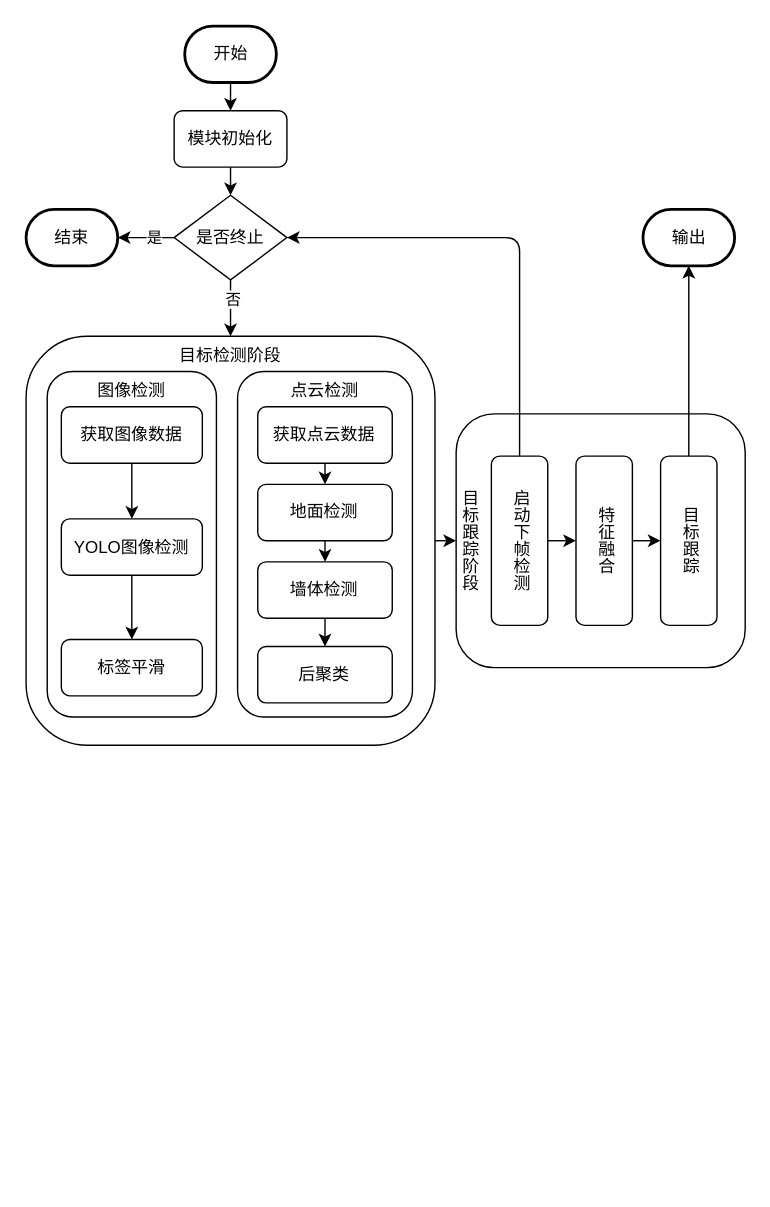
vesita/perple keeps this draw.io diagram as docs/flowcharts/frame.drawio. Above is the earlier version. Source tidied: cells renumbered, new cells numbered last; positions are measured from the earlier drawing's top-left corner, leaving out a move shared by most shapes. Both pictures are drawn from the tidied source at 141%, with x=0, y=0 at pixel (25, 25).
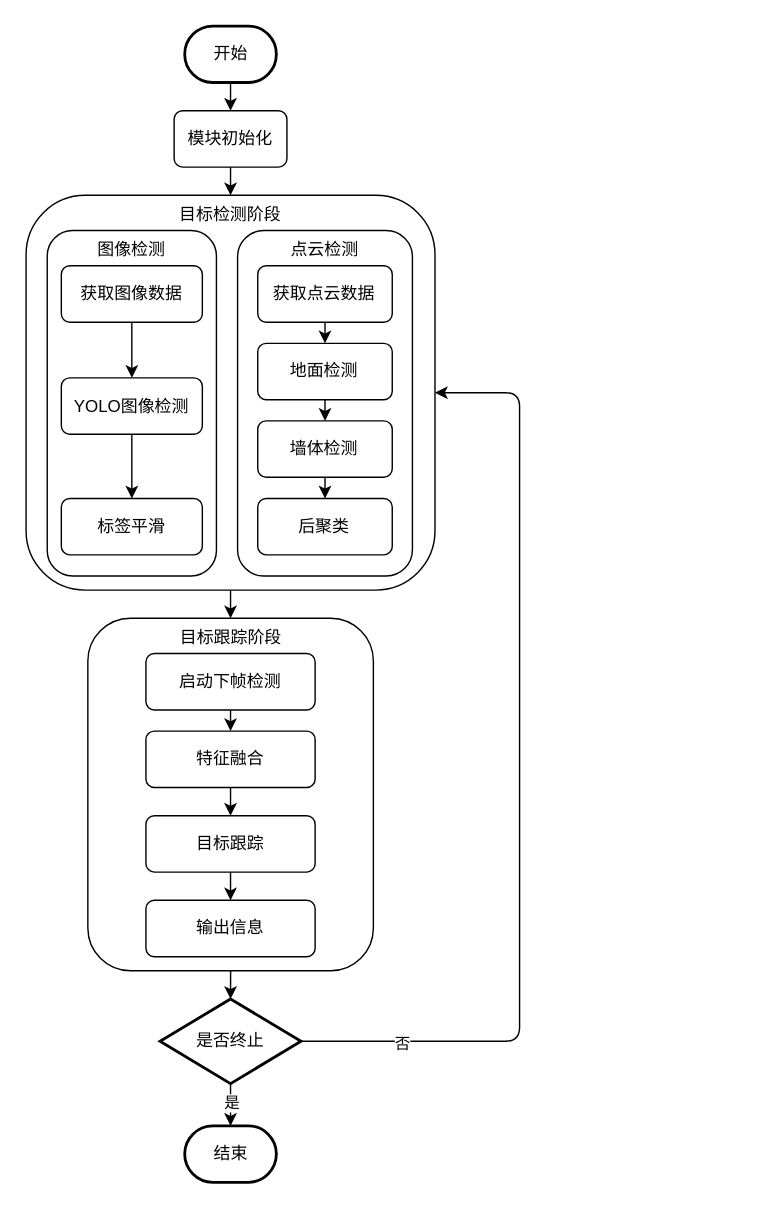
Above is the later version.

Commit message (it also covers changes not shown here):
docs: 更新流程图 & 汉化脚本标签

Unchanged cells that the change refers to:
```xml
<mxCell id="4" value="模块初始化" style="rounded=1;whiteSpace=wrap;html=1;" parent="1" vertex="1">
  <mxGeometry x="105" y="60" width="80" height="40" as="geometry" />
</mxCell>
```

Diff of the diagram source:
```diff
@@
-    <mxCell id="3" style="edgeStyle=none;html=1;exitX=0.5;exitY=1;exitDx=0;exitDy=0;entryX=0.5;entryY=0;entryDx=0;entryDy=0;" parent="1" edge="1" source="4" target="9">
-      <mxGeometry relative="1" as="geometry" />
-    </mxCell>
+    <mxCell id="40" style="edgeStyle=none;html=1;exitX=0.5;exitY=1;exitDx=0;exitDy=0;entryX=0.5;entryY=0;entryDx=0;entryDy=0;" parent="1" edge="1" source="4" target="12">
+      <mxGeometry relative="1" as="geometry" />
+    </mxCell>
@@
-    <mxCell id="5" style="edgeStyle=none;html=1;exitX=0.5;exitY=1;exitDx=0;exitDy=0;entryX=0.5;entryY=0;entryDx=0;entryDy=0;" parent="1" edge="1" source="9" target="12">
-      <mxGeometry relative="1" as="geometry" />
-    </mxCell>
-    <mxCell id="6" value="否" style="edgeLabel;html=1;align=center;verticalAlign=middle;" parent="5" vertex="1">
-      <mxGeometry x="-0.35" y="1" relative="1" as="geometry" />
-    </mxCell>
-    <mxCell id="7" style="edgeStyle=none;html=1;exitX=0;exitY=0.5;exitDx=0;exitDy=0;entryX=1;entryY=0.5;entryDx=0;entryDy=0;entryPerimeter=0;" parent="1" edge="1" source="9" target="39">
-      <mxGeometry relative="1" as="geometry" />
-    </mxCell>
-    <mxCell id="8" value="是" style="edgeLabel;html=1;align=center;verticalAlign=middle;" parent="7" vertex="1">
-      <mxGeometry x="-0.24" y="-1" relative="1" as="geometry" />
-    </mxCell>
-    <mxCell id="9" value="是否终止" style="rhombus;whiteSpace=wrap;html=1;" parent="1" vertex="1">
-      <mxGeometry x="105" y="120" width="80" height="60" as="geometry" />
-    </mxCell>
+    <mxCell id="38" value="开始" style="strokeWidth=2;html=1;shape=mxgraph.flowchart.terminator;whiteSpace=wrap;" parent="1" vertex="1">
+      <mxGeometry x="112.5" width="65" height="40" as="geometry" />
+    </mxCell>
-    <mxCell id="10" style="edgeStyle=none;html=1;exitX=1;exitY=0.5;exitDx=0;exitDy=0;entryX=0;entryY=0.5;entryDx=0;entryDy=0;" parent="1" edge="1" source="12" target="30">
+    <mxCell id="10" style="edgeStyle=none;html=1;exitX=0.5;exitY=1;exitDx=0;exitDy=0;" parent="1" edge="1" source="12" target="30">
       <mxGeometry relative="1" as="geometry" />
     </mxCell>
-    <mxCell id="11" style="group;" parent="1" vertex="1">
-      <mxGeometry y="220" width="290" height="290" as="geometry" />
-    </mxCell>
+    <mxCell id="41" style="group;" parent="1" vertex="1">
+      <mxGeometry y="120" width="290" height="280" as="geometry" />
+    </mxCell>
-    <mxCell id="12" value="目标检测阶段" style="rounded=1;whiteSpace=wrap;html=1;verticalAlign=top;" parent="11" vertex="1">
-      <mxGeometry width="290" height="290" as="geometry" />
+    <mxCell id="12" value="目标检测阶段" style="rounded=1;whiteSpace=wrap;html=1;verticalAlign=top;" parent="41" vertex="1">
+      <mxGeometry width="290" height="280" as="geometry" />
     </mxCell>
-    <mxCell id="13" style="group;" parent="11" vertex="1">
-      <mxGeometry x="10" y="25" width="130" height="245" as="geometry" />
-    </mxCell>
-    <mxCell id="14" value="图像检测" style="rounded=1;whiteSpace=wrap;html=1;verticalAlign=top;" parent="13" vertex="1">
-      <mxGeometry x="5" width="120" height="245" as="geometry" />
-    </mxCell>
-    <mxCell id="15" style="edgeStyle=none;html=1;exitX=0.5;exitY=1;exitDx=0;exitDy=0;entryX=0.5;entryY=0;entryDx=0;entryDy=0;" parent="13" edge="1" source="16" target="18">
-      <mxGeometry relative="1" as="geometry" />
-    </mxCell>
-    <mxCell id="16" value="获取图像数据" style="rounded=1;whiteSpace=wrap;html=1;" parent="13" vertex="1">
-      <mxGeometry x="15" y="25" width="100" height="40" as="geometry" />
-    </mxCell>
-    <mxCell id="17" style="edgeStyle=none;html=1;exitX=0.5;exitY=1;exitDx=0;exitDy=0;entryX=0.5;entryY=0;entryDx=0;entryDy=0;" parent="13" edge="1" source="18" target="19">
-      <mxGeometry relative="1" as="geometry" />
-    </mxCell>
-    <mxCell id="18" value="YOLO图像检测" style="rounded=1;whiteSpace=wrap;html=1;" parent="13" vertex="1">
-      <mxGeometry x="15" y="104.5" width="100" height="40" as="geometry" />
-    </mxCell>
-    <mxCell id="19" value="标签平滑" style="rounded=1;whiteSpace=wrap;html=1;" parent="13" vertex="1">
-      <mxGeometry x="15" y="190" width="100" height="40" as="geometry" />
-    </mxCell>
-    <mxCell id="20" style="group;" parent="11" vertex="1">
+    <mxCell id="20" style="group;" parent="41" vertex="1">
       <mxGeometry x="150" y="25" width="124" height="245" as="geometry" />
     </mxCell>
@@
     <mxCell id="25" value="后聚类" style="rounded=1;whiteSpace=wrap;html=1;" parent="20" vertex="1">
-      <mxGeometry x="14.3" y="195" width="95.4" height="40" as="geometry" />
+      <mxGeometry x="14.3" y="190" width="95.4" height="40" as="geometry" />
     </mxCell>
@@
-    <mxCell id="29" style="group;" parent="1" vertex="1">
-      <mxGeometry x="305" y="275" width="205" height="180" as="geometry" />
-    </mxCell>
+    <mxCell id="42" style="group;" parent="41" vertex="1">
+      <mxGeometry x="15" y="25" width="120" height="245" as="geometry" />
+    </mxCell>
+    <mxCell id="14" value="图像检测" style="rounded=1;whiteSpace=wrap;html=1;verticalAlign=top;" parent="42" vertex="1">
+      <mxGeometry width="120" height="245" as="geometry" />
+    </mxCell>
+    <mxCell id="16" value="获取图像数据" style="rounded=1;whiteSpace=wrap;html=1;" parent="42" vertex="1">
+      <mxGeometry x="10" y="25" width="100" height="40" as="geometry" />
+    </mxCell>
+    <mxCell id="18" value="YOLO图像检测" style="rounded=1;whiteSpace=wrap;html=1;" parent="42" vertex="1">
+      <mxGeometry x="10" y="104.5" width="100" height="40" as="geometry" />
+    </mxCell>
+    <mxCell id="19" value="标签平滑" style="rounded=1;whiteSpace=wrap;html=1;" parent="42" vertex="1">
+      <mxGeometry x="10" y="190" width="100" height="40" as="geometry" />
+    </mxCell>
+    <mxCell id="15" style="edgeStyle=none;html=1;exitX=0.5;exitY=1;exitDx=0;exitDy=0;entryX=0.5;entryY=0;entryDx=0;entryDy=0;" parent="42" edge="1" source="16" target="18">
+      <mxGeometry relative="1" as="geometry" />
+    </mxCell>
+    <mxCell id="17" style="edgeStyle=none;html=1;exitX=0.5;exitY=1;exitDx=0;exitDy=0;entryX=0.5;entryY=0;entryDx=0;entryDy=0;" parent="42" edge="1" source="18" target="19">
+      <mxGeometry relative="1" as="geometry" />
+    </mxCell>
+    <mxCell id="5" style="edgeStyle=none;html=1;exitX=1;exitY=0.5;exitDx=0;exitDy=0;exitPerimeter=0;entryX=1;entryY=0.5;entryDx=0;entryDy=0;" parent="1" edge="1" source="9" target="12">
+      <mxGeometry relative="1" as="geometry">
+        <Array as="points">
+          <mxPoint x="350" y="720" />
+          <mxPoint x="350" y="260" />
+        </Array>
+      </mxGeometry>
+    </mxCell>
+    <mxCell id="6" value="否" style="edgeLabel;html=1;align=center;verticalAlign=middle;" parent="5" vertex="1">
+      <mxGeometry x="-0.79" y="-1" relative="1" as="geometry" />
+    </mxCell>
+    <mxCell id="7" style="edgeStyle=none;html=1;exitX=0.5;exitY=1;exitDx=0;exitDy=0;exitPerimeter=0;entryX=0.5;entryY=0;entryDx=0;entryDy=0;entryPerimeter=0;" parent="1" edge="1" source="9" target="39">
+      <mxGeometry relative="1" as="geometry" />
+    </mxCell>
+    <mxCell id="8" value="是" style="edgeLabel;html=1;align=center;verticalAlign=middle;" parent="7" vertex="1">
+      <mxGeometry x="-0.15" relative="1" as="geometry" />
+    </mxCell>
+    <mxCell id="9" value="是否终止" style="strokeWidth=2;html=1;shape=mxgraph.flowchart.decision;whiteSpace=wrap;" parent="1" vertex="1">
+      <mxGeometry x="95" y="690" width="100" height="60" as="geometry" />
+    </mxCell>
-    <mxCell id="30" value="目标跟踪阶段" style="rounded=1;whiteSpace=wrap;html=1;verticalAlign=middle;align=left;textDirection=vertical-lr;" parent="29" vertex="1">
-      <mxGeometry width="205" height="180" as="geometry" />
+    <mxCell id="30" value="目标跟踪阶段" style="rounded=1;whiteSpace=wrap;html=1;verticalAlign=top;align=center;textDirection=ltr;" parent="1" vertex="1">
+      <mxGeometry x="43.8" y="420" width="202.5" height="250" as="geometry" />
     </mxCell>
-    <mxCell id="31" value="启动下帧检测" style="rounded=1;whiteSpace=wrap;html=1;textDirection=vertical-lr;align=center;" parent="29" vertex="1">
-      <mxGeometry x="25" y="30" width="40" height="120" as="geometry" />
+    <mxCell id="31" value="启动下帧检测" style="rounded=1;whiteSpace=wrap;html=1;textDirection=ltr;align=center;" parent="1" vertex="1">
+      <mxGeometry x="85" y="445" width="120" height="40" as="geometry" />
     </mxCell>
-    <mxCell id="32" value="特征融合" style="rounded=1;whiteSpace=wrap;html=1;textDirection=vertical-lr;" parent="29" vertex="1">
-      <mxGeometry x="85" y="30" width="40" height="120" as="geometry" />
+    <mxCell id="32" value="特征融合" style="rounded=1;whiteSpace=wrap;html=1;textDirection=ltr;" parent="1" vertex="1">
+      <mxGeometry x="85" y="500" width="120" height="40" as="geometry" />
     </mxCell>
+    <mxCell id="43" style="edgeStyle=none;html=1;exitX=0.5;exitY=1;exitDx=0;exitDy=0;entryX=0.5;entryY=0;entryDx=0;entryDy=0;" parent="1" edge="1" source="33" target="44">
+      <mxGeometry relative="1" as="geometry" />
+    </mxCell>
-    <mxCell id="33" value="目标跟踪" style="rounded=1;whiteSpace=wrap;html=1;textDirection=vertical-lr;" parent="29" vertex="1">
-      <mxGeometry x="145" y="30" width="40" height="120" as="geometry" />
+    <mxCell id="33" value="目标跟踪" style="rounded=1;whiteSpace=wrap;html=1;textDirection=ltr;" parent="1" vertex="1">
+      <mxGeometry x="85" y="560" width="120" height="40" as="geometry" />
     </mxCell>
-    <mxCell id="34" style="edgeStyle=none;html=1;exitX=1;exitY=0.5;exitDx=0;exitDy=0;entryX=0;entryY=0.5;entryDx=0;entryDy=0;" parent="29" edge="1" source="31" target="32">
+    <mxCell id="34" style="edgeStyle=none;html=1;exitX=0.5;exitY=1;exitDx=0;exitDy=0;entryX=0.5;entryY=0;entryDx=0;entryDy=0;" parent="1" edge="1" source="31" target="32">
       <mxGeometry relative="1" as="geometry" />
     </mxCell>
-    <mxCell id="35" style="edgeStyle=none;html=1;exitX=1;exitY=0.5;exitDx=0;exitDy=0;entryX=0;entryY=0.5;entryDx=0;entryDy=0;" parent="29" edge="1" source="32" target="33">
+    <mxCell id="35" style="edgeStyle=none;html=1;exitX=0.5;exitY=1;exitDx=0;exitDy=0;" parent="1" edge="1" source="32" target="33">
       <mxGeometry relative="1" as="geometry" />
     </mxCell>
-    <mxCell id="36" style="edgeStyle=none;html=1;exitX=0.5;exitY=0;exitDx=0;exitDy=0;entryX=1;entryY=0.5;entryDx=0;entryDy=0;" parent="1" edge="1" source="31" target="9">
-      <mxGeometry relative="1" as="geometry">
-        <Array as="points">
-          <mxPoint x="350" y="150" />
-        </Array>
-      </mxGeometry>
-    </mxCell>
-    <mxCell id="37" style="edgeStyle=none;html=1;exitX=0.5;exitY=0;exitDx=0;exitDy=0;entryX=0.5;entryY=1;entryDx=0;entryDy=0;entryPerimeter=0;" parent="1" edge="1" source="33" target="40">
-      <mxGeometry relative="1" as="geometry" />
-    </mxCell>
-    <mxCell id="38" value="开始" style="strokeWidth=2;html=1;shape=mxgraph.flowchart.terminator;whiteSpace=wrap;" parent="1" vertex="1">
-      <mxGeometry x="112.5" width="65" height="40" as="geometry" />
-    </mxCell>
+    <mxCell id="44" value="输出信息" style="rounded=1;whiteSpace=wrap;html=1;textDirection=ltr;" parent="1" vertex="1">
+      <mxGeometry x="85" y="620" width="120" height="40" as="geometry" />
+    </mxCell>
+    <mxCell id="45" style="edgeStyle=none;html=1;exitX=0.5;exitY=1;exitDx=0;exitDy=0;entryX=0.5;entryY=0;entryDx=0;entryDy=0;entryPerimeter=0;" parent="1" edge="1" source="30" target="9">
+      <mxGeometry relative="1" as="geometry" />
+    </mxCell>
     <mxCell id="39" value="结束" style="strokeWidth=2;html=1;shape=mxgraph.flowchart.terminator;whiteSpace=wrap;" parent="1" vertex="1">
-      <mxGeometry y="130" width="65" height="40" as="geometry" />
+      <mxGeometry x="112.5" y="780" width="65" height="40" as="geometry" />
     </mxCell>
-    <mxCell id="40" value="输出" style="strokeWidth=2;html=1;shape=mxgraph.flowchart.terminator;whiteSpace=wrap;" parent="1" vertex="1">
-      <mxGeometry x="437.5" y="130" width="65" height="40" as="geometry" />
-    </mxCell>
```
